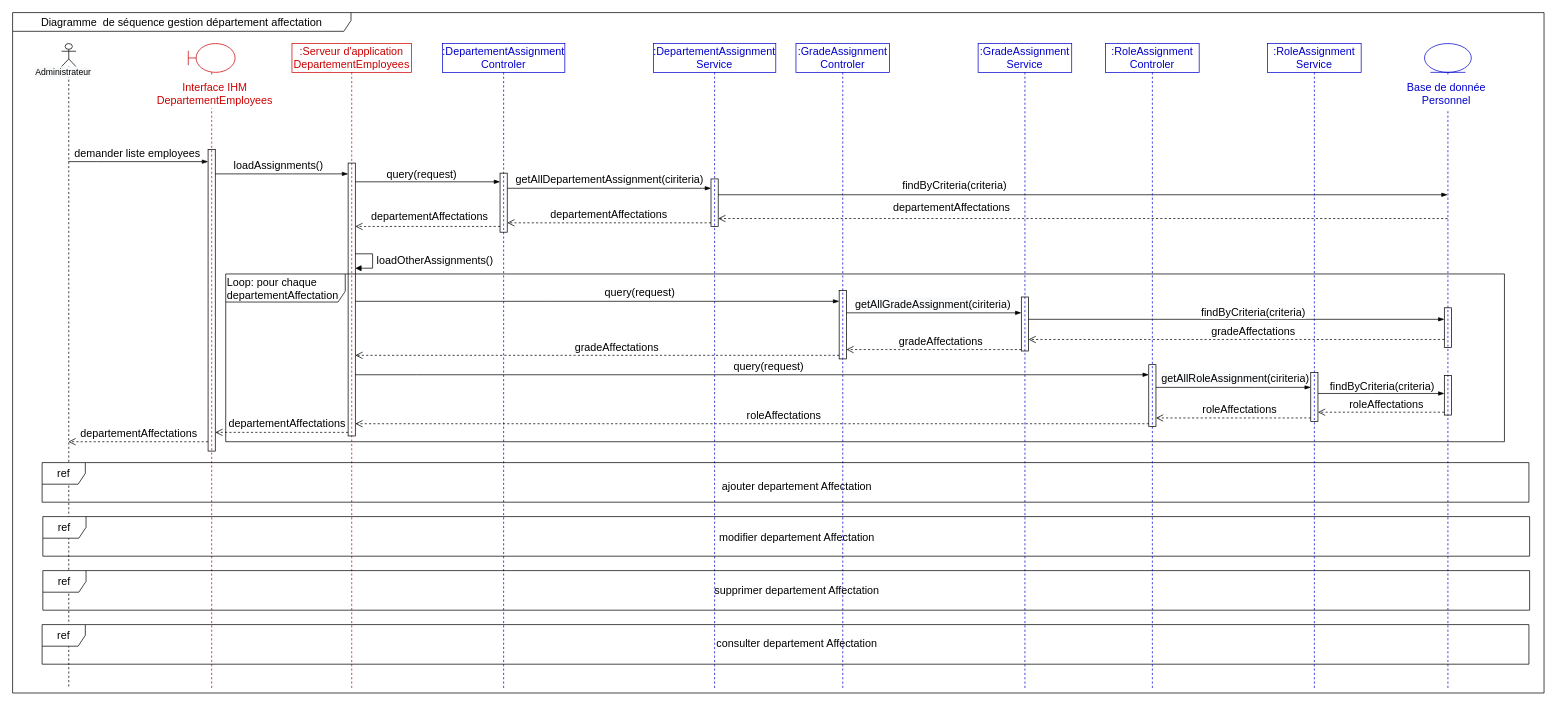
This is Department/DepartmentResourceListDiagrammeSequence.drawio from ZidiMedAmine/UML, a draw.io file, before an edit. Source tidied: cells renumbered, new cells numbered last; positions are measured from the earlier drawing's top-left corner, leaving out a move shared by most shapes. Both pictures are drawn from the tidied source at 72%, with x=0, y=0 at pixel (12, 12).
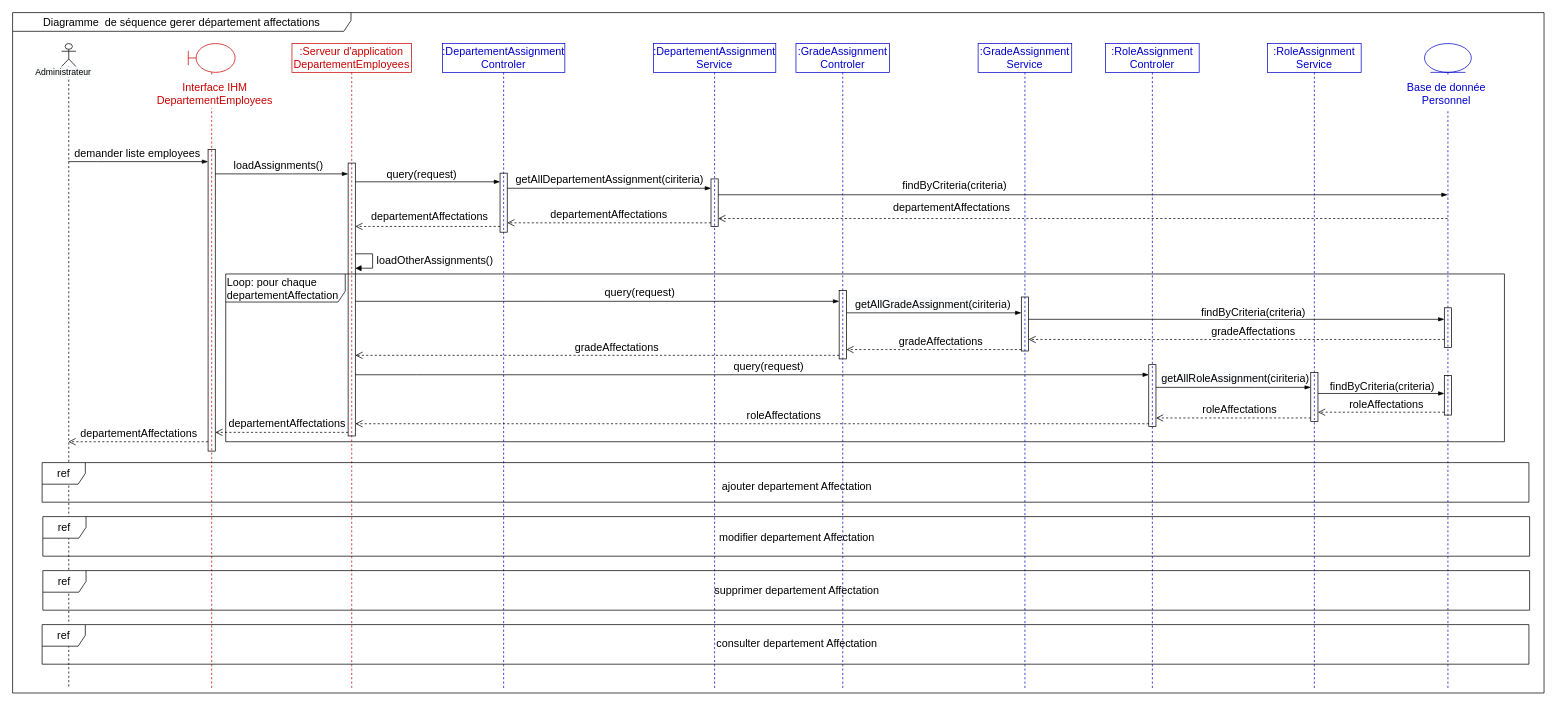
Above is the later version.

Commit message:
Mettre à jour DepartmentResourceListDiagrammeSequence.drawio

Diff of the diagram source:
```diff
@@
-    <mxCell id="3" value="Diagramme&amp;nbsp; de séquence&amp;nbsp;&lt;span style=&quot;font-size: 11.5pt; line-height: 150%; font-family: Helvetica, sans-serif; background: white;&quot;&gt;gestion département affectation&lt;/span&gt;" style="shape=umlFrame;whiteSpace=wrap;html=1;rounded=0;shadow=0;glass=0;sketch=0;fontSize=15;fillColor=none;width=470;height=26;" parent="1" vertex="1">
+    <mxCell id="3" value="Diagramme&amp;nbsp; de séquence&amp;nbsp;&lt;span style=&quot;font-size: 11.5pt; line-height: 150%; font-family: Helvetica, sans-serif; background: white;&quot;&gt;gerer département affectations&lt;/span&gt;" style="shape=umlFrame;whiteSpace=wrap;html=1;rounded=0;shadow=0;glass=0;sketch=0;fontSize=15;fillColor=none;width=470;height=26;" parent="1" vertex="1">
       <mxGeometry width="2127" height="945" as="geometry" />
     </mxCell>
```
